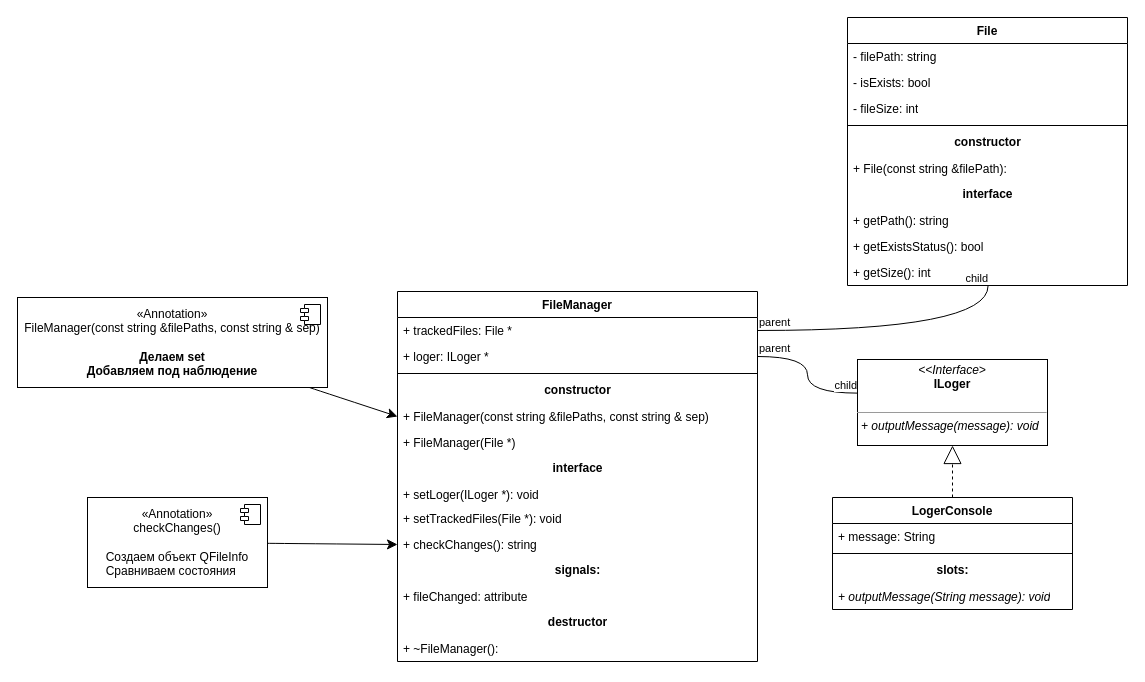
Earlier version of the draw.io diagram class-diagram.drawio (kvintes/course-soft-dev-1lab-file-monitoring). Source tidied: cells renumbered, new cells numbered last; positions are measured from the earlier drawing's top-left corner, leaving out a move shared by most shapes. Both pictures are drawn from the tidied source at 100%, with x=0, y=0 at pixel (17, 17).
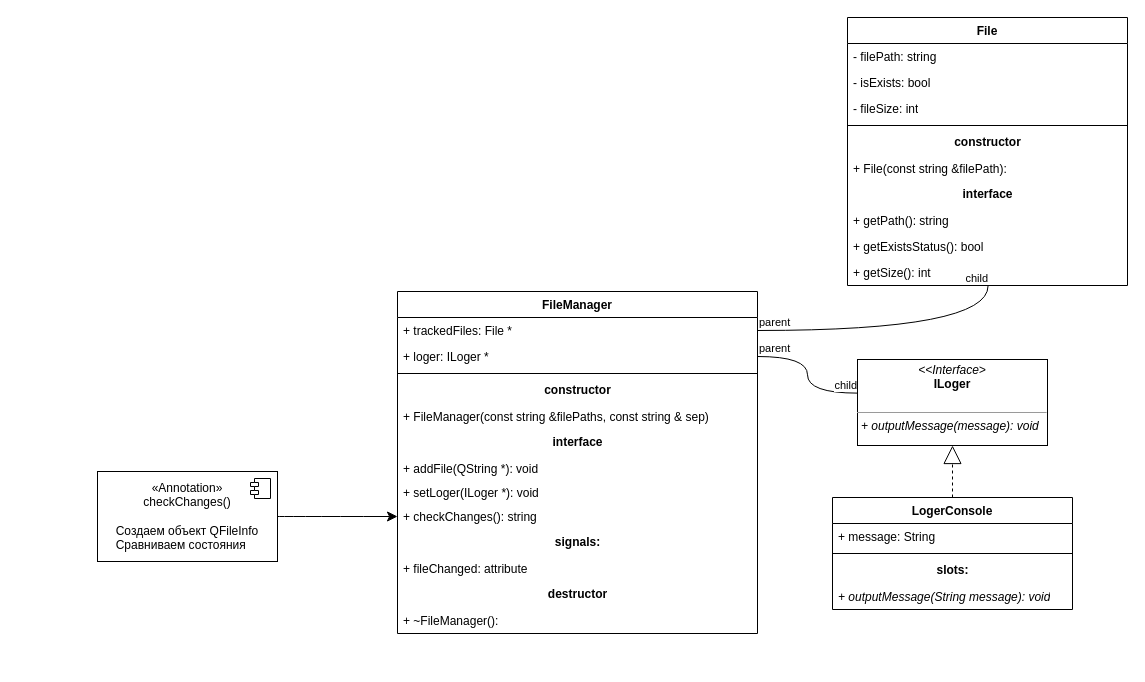
Above is the later version.

Commit message:
add method to add one file using filePath

Unchanged cells that the change refers to:
```xml
<mxCell id="18" value="+ FileManager(const string &amp;amp;filePaths, const string &amp;amp; sep)&amp;nbsp;" style="text;strokeColor=none;fillColor=none;align=left;verticalAlign=top;spacingLeft=4;spacingRight=4;overflow=hidden;points=[[0,0.5],[1,0.5]];portConstraint=eastwest;whiteSpace=wrap;html=1;" parent="13" vertex="1">
  <mxGeometry y="112" width="360" height="26" as="geometry" />
</mxCell>
```

What changed in the source:
```diff
@@
     <mxCell id="13" value="FileManager" style="swimlane;fontStyle=1;align=center;verticalAlign=top;horizontal=1;startSize=26;whiteSpace=wrap;html=1;" parent="1" vertex="1">
-      <mxGeometry x="380" y="274" width="360" height="370" as="geometry" />
+      <mxGeometry x="380" y="274" width="360" height="342" as="geometry" />
     </mxCell>
@@
-    <mxCell id="19" value="+ FileManager(File *)" style="text;strokeColor=none;fillColor=none;align=left;verticalAlign=top;spacingLeft=4;spacingRight=4;overflow=hidden;whiteSpace=wrap;html=1;" parent="13" vertex="1">
-      <mxGeometry y="138" width="360" height="26" as="geometry" />
-    </mxCell>
     <mxCell id="20" value="interface" style="text;align=center;fontStyle=1;verticalAlign=middle;spacingLeft=3;spacingRight=3;strokeColor=none;html=1;" parent="13" vertex="1">
-      <mxGeometry y="164" width="360" height="26" as="geometry" />
+      <mxGeometry y="138" width="360" height="26" as="geometry" />
     </mxCell>
+    <mxCell id="47" value="&lt;div style=&quot;&quot;&gt;&lt;/div&gt;+ addFile(QString *): void" style="text;strokeColor=none;fillColor=none;align=left;verticalAlign=top;spacingLeft=4;spacingRight=4;overflow=hidden;whiteSpace=wrap;html=1;" parent="13" vertex="1">
+      <mxGeometry y="164" width="360" height="24" as="geometry" />
+    </mxCell>
     <mxCell id="21" value="&lt;div style=&quot;&quot;&gt;&lt;/div&gt;+ setLoger(ILoger *): void" style="text;strokeColor=none;fillColor=none;align=left;verticalAlign=top;spacingLeft=4;spacingRight=4;overflow=hidden;whiteSpace=wrap;html=1;" parent="13" vertex="1">
-      <mxGeometry y="190" width="360" height="24" as="geometry" />
+      <mxGeometry y="188" width="360" height="24" as="geometry" />
     </mxCell>
-    <mxCell id="22" value="+ setTrackedFiles(File *): void" style="text;strokeColor=none;fillColor=none;align=left;verticalAlign=top;spacingLeft=4;spacingRight=4;overflow=hidden;whiteSpace=wrap;html=1;" parent="13" vertex="1">
-      <mxGeometry y="214" width="360" height="26" as="geometry" />
-    </mxCell>
     <mxCell id="23" value="+ checkChanges(): string" style="text;strokeColor=none;fillColor=none;align=left;verticalAlign=top;spacingLeft=4;spacingRight=4;overflow=hidden;points=[[0,0.5],[1,0.5]];portConstraint=eastwest;whiteSpace=wrap;html=1;" parent="13" vertex="1">
-      <mxGeometry y="240" width="360" height="26" as="geometry" />
+      <mxGeometry y="212" width="360" height="26" as="geometry" />
     </mxCell>
     <mxCell id="24" value="signals:" style="text;align=center;fontStyle=1;verticalAlign=middle;spacingLeft=3;spacingRight=3;strokeColor=none;html=1;" parent="13" vertex="1">
-      <mxGeometry y="266" width="360" height="26" as="geometry" />
+      <mxGeometry y="238" width="360" height="26" as="geometry" />
     </mxCell>
     <mxCell id="25" value="+ fileChanged: attribute" style="text;strokeColor=none;fillColor=none;align=left;verticalAlign=top;spacingLeft=4;spacingRight=4;overflow=hidden;whiteSpace=wrap;html=1;" parent="13" vertex="1">
-      <mxGeometry y="292" width="360" height="26" as="geometry" />
+      <mxGeometry y="264" width="360" height="26" as="geometry" />
     </mxCell>
     <mxCell id="26" value="destructor" style="text;align=center;fontStyle=1;verticalAlign=middle;spacingLeft=3;spacingRight=3;strokeColor=none;html=1;" parent="13" vertex="1">
-      <mxGeometry y="318" width="360" height="26" as="geometry" />
+      <mxGeometry y="290" width="360" height="26" as="geometry" />
     </mxCell>
     <mxCell id="27" value="+ ~FileManager():" style="text;strokeColor=none;fillColor=none;align=left;verticalAlign=top;spacingLeft=4;spacingRight=4;overflow=hidden;whiteSpace=wrap;html=1;" parent="13" vertex="1">
-      <mxGeometry y="344" width="360" height="26" as="geometry" />
+      <mxGeometry y="316" width="360" height="26" as="geometry" />
     </mxCell>
@@
-    <mxCell id="35" style="edgeStyle=none;curved=1;rounded=0;jettySize=auto;html=1;entryX=0;entryY=0.5;entryDx=0;entryDy=0;fontSize=12;startSize=8;endSize=8;" parent="1" edge="1" source="36" target="18">
-      <mxGeometry relative="1" as="geometry" />
-    </mxCell>
-    <mxCell id="36" value="«Annotation»&lt;br&gt;&lt;span style=&quot;text-align: left;&quot;&gt;FileManager(const string &amp;amp;filePaths, const string &amp;amp; sep)&lt;/span&gt;&lt;div&gt;&lt;div style=&quot;text-align: left;&quot;&gt;&lt;br&gt;&lt;/div&gt;&lt;div&gt;&lt;b&gt;Делаем set&lt;/b&gt;&lt;/div&gt;&lt;div&gt;&lt;b&gt;Добавляем под наблюдение&lt;/b&gt;&lt;/div&gt;&lt;/div&gt;" style="html=1;whiteSpace=wrap;" parent="1" vertex="1">
-      <mxGeometry y="280" width="310" height="90" as="geometry" />
-    </mxCell>
-    <mxCell id="37" style="shape=module;jettyWidth=8;jettyHeight=4;" parent="36" vertex="1">
-      <mxGeometry x="1" width="20" height="20" relative="1" as="geometry">
-        <mxPoint x="-27" y="7" as="offset" />
-      </mxGeometry>
-    </mxCell>
@@
     <mxCell id="39" value="«Annotation»&lt;br&gt;&lt;span style=&quot;text-align: left;&quot;&gt;checkChanges()&lt;/span&gt;&lt;br&gt;&lt;div&gt;&lt;span style=&quot;text-align: left;&quot;&gt;&lt;br&gt;&lt;/span&gt;&lt;/div&gt;&lt;div style=&quot;text-align: left;&quot;&gt;Создаем объект QFileInfo&lt;/div&gt;&lt;div style=&quot;text-align: left;&quot;&gt;Сравниваем состояния&lt;/div&gt;" style="html=1;whiteSpace=wrap;" parent="1" vertex="1">
-      <mxGeometry x="70" y="480" width="180" height="90" as="geometry" />
+      <mxGeometry x="80" y="454" width="180" height="90" as="geometry" />
     </mxCell>
```
